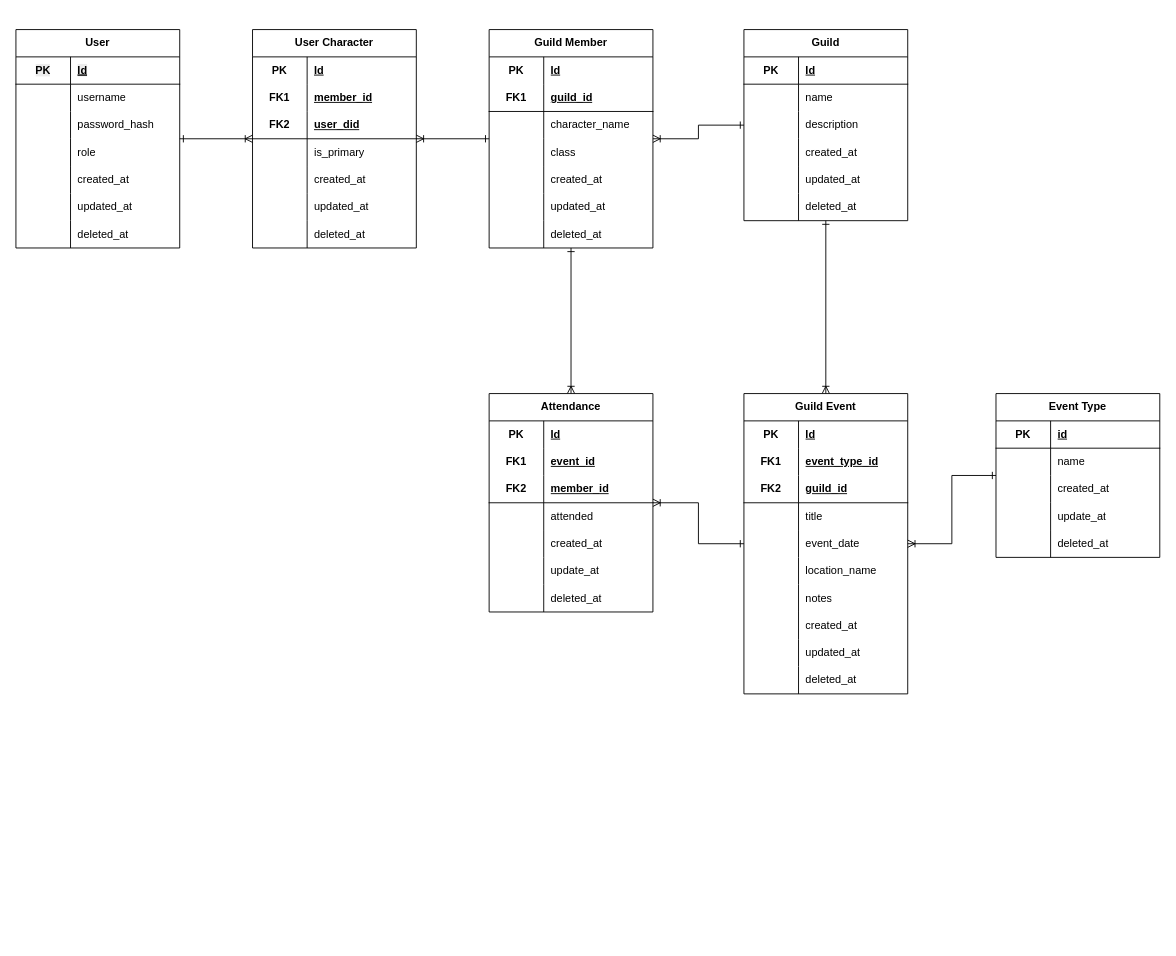
Earlier version of the draw.io diagram page "ERD" (1 of 3) of Designs/System/Castellan HQ Diagrams.drawio (ariefrnr/Castellan-HQ). Source tidied: cells renumbered, new cells numbered last; positions are measured from the earlier drawing's top-left corner, leaving out a move shared by most shapes. Both pictures are drawn from the tidied source at 91%, with x=0, y=0 at pixel (15, 29).
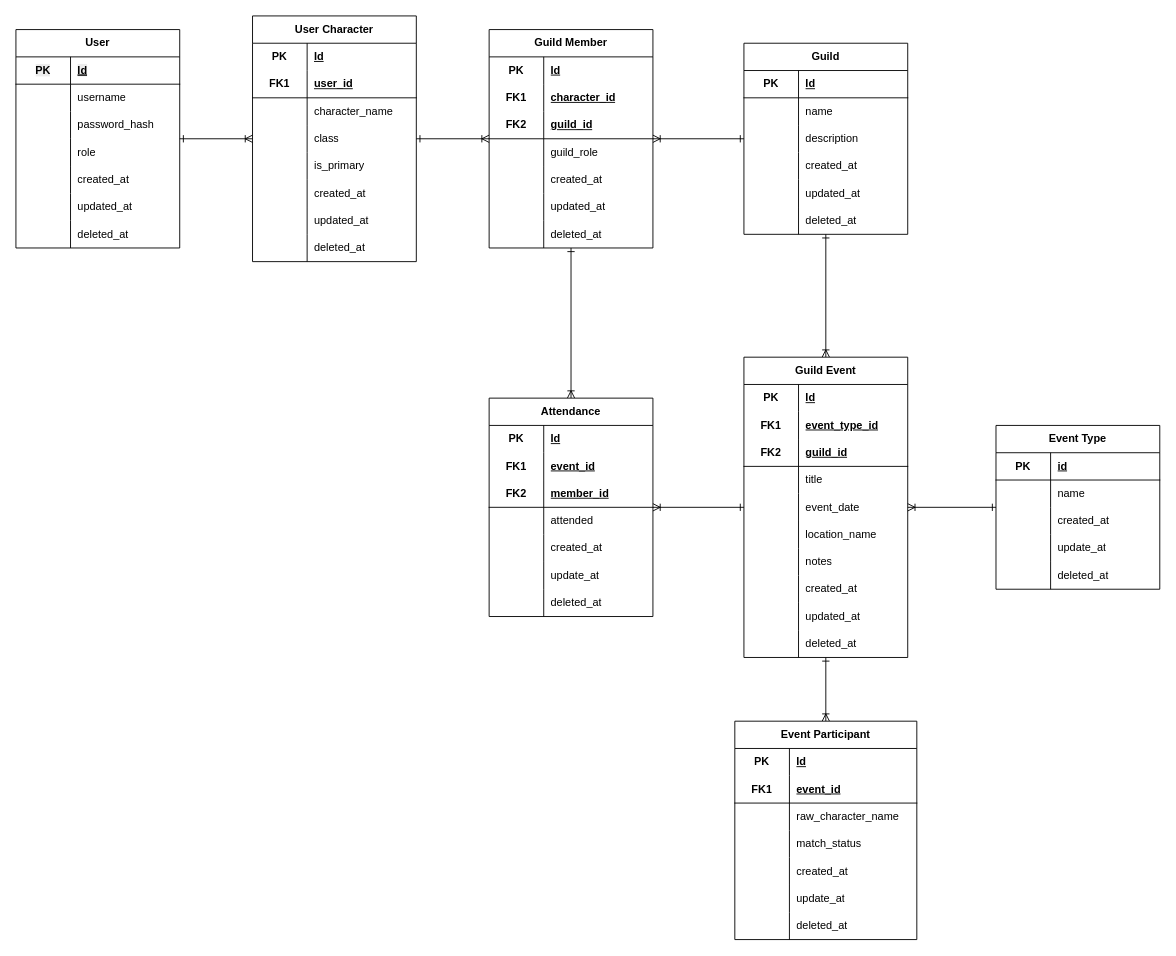
After the change.

The change refers to these unchanged cells:
```xml
<mxCell id="7" value="Guild Member" style="shape=table;startSize=30;childLayout=tableLayout;rowLines=0;fontStyle=1;align=center;html=1;whiteSpace=wrap;" parent="1" vertex="1">
  <mxGeometry x="520" width="180" height="240" as="geometry" />
</mxCell>
```

Diff of the diagram source:
```diff
@@
-    <mxCell id="3" style="edgeStyle=orthogonalEdgeStyle;rounded=0;jettySize=auto;html=1;defaultLabelBackgroundColor=page;endArrow=ERoneToMany;endFill=0;startArrow=ERone;startFill=0;" parent="1" edge="1" source="7" target="124">
+    <mxCell id="3" style="edgeStyle=orthogonalEdgeStyle;rounded=0;jettySize=auto;html=1;defaultLabelBackgroundColor=page;endArrow=ERoneToMany;endFill=0;startArrow=ERone;startFill=0;" parent="1" edge="1" source="124" target="7">
       <mxGeometry relative="1" as="geometry" />
     </mxCell>
@@
+    <mxCell id="128" style="shape=tableRow;horizontal=0;startSize=0;swimlaneHead=0;swimlaneBody=0;fillColor=none;top=0;left=0;right=0;bottom=0;html=1;" parent="7" vertex="1">
+      <mxGeometry y="60" width="180" height="30" as="geometry" />
+    </mxCell>
+    <mxCell id="163" value="FK1" style="shape=partialRectangle;fillColor=none;top=0;left=0;bottom=0;right=0;fontStyle=1;overflow=hidden;html=1;whiteSpace=wrap;" parent="128" vertex="1">
+      <mxGeometry width="60" height="30" as="geometry" />
+    </mxCell>
+    <mxCell id="164" value="character_id" style="shape=partialRectangle;fillColor=none;top=0;left=0;bottom=0;right=0;align=left;spacingLeft=6;fontStyle=5;overflow=hidden;html=1;whiteSpace=wrap;" parent="128" vertex="1">
+      <mxGeometry x="60" width="120" height="30" as="geometry" />
+    </mxCell>
     <mxCell id="11" style="shape=tableRow;horizontal=0;startSize=0;swimlaneHead=0;swimlaneBody=0;fillColor=none;top=0;left=0;right=0;bottom=1;html=1;" parent="7" vertex="1">
-      <mxGeometry y="60" width="180" height="30" as="geometry" />
+      <mxGeometry y="90" width="180" height="30" as="geometry" />
     </mxCell>
-    <mxCell id="12" value="FK1" style="shape=partialRectangle;fillColor=none;top=0;left=0;bottom=0;right=0;fontStyle=1;overflow=hidden;html=1;whiteSpace=wrap;" parent="11" vertex="1">
+    <mxCell id="12" value="FK2" style="shape=partialRectangle;fillColor=none;top=0;left=0;bottom=0;right=0;fontStyle=1;overflow=hidden;html=1;whiteSpace=wrap;" parent="11" vertex="1">
       <mxGeometry width="60" height="30" as="geometry" />
     </mxCell>
@@
     <mxCell id="14" style="shape=tableRow;horizontal=0;startSize=0;swimlaneHead=0;swimlaneBody=0;fillColor=none;top=0;left=0;right=0;bottom=0;html=1;" parent="7" vertex="1">
-      <mxGeometry y="90" width="180" height="30" as="geometry" />
+      <mxGeometry y="120" width="180" height="30" as="geometry" />
     </mxCell>
@@
-    <mxCell id="16" value="character_name" style="shape=partialRectangle;fillColor=none;top=0;left=0;bottom=0;right=0;align=left;spacingLeft=6;overflow=hidden;html=1;whiteSpace=wrap;" parent="14" vertex="1">
+    <mxCell id="16" value="guild_role" style="shape=partialRectangle;fillColor=none;top=0;left=0;bottom=0;right=0;align=left;spacingLeft=6;overflow=hidden;html=1;whiteSpace=wrap;" parent="14" vertex="1">
       <mxGeometry x="60" width="120" height="30" as="geometry" />
     </mxCell>
-    <mxCell id="17" style="shape=tableRow;horizontal=0;startSize=0;swimlaneHead=0;swimlaneBody=0;fillColor=none;top=0;left=0;right=0;bottom=0;html=1;" parent="7" vertex="1">
-      <mxGeometry y="120" width="180" height="30" as="geometry" />
-    </mxCell>
-    <mxCell id="18" style="shape=partialRectangle;fillColor=none;top=0;left=0;bottom=0;right=0;overflow=hidden;html=1;whiteSpace=wrap;" parent="17" vertex="1">
-      <mxGeometry width="60" height="30" as="geometry" />
-    </mxCell>
-    <mxCell id="19" value="class" style="shape=partialRectangle;fillColor=none;top=0;left=0;bottom=0;right=0;align=left;spacingLeft=6;overflow=hidden;html=1;whiteSpace=wrap;" parent="17" vertex="1">
-      <mxGeometry x="60" width="120" height="30" as="geometry" />
-    </mxCell>
@@
     <mxCell id="29" value="Guild" style="shape=table;startSize=30;childLayout=tableLayout;rowLines=0;fontStyle=1;align=center;html=1;whiteSpace=wrap;" parent="1" vertex="1">
-      <mxGeometry x="800" width="180" height="210" as="geometry" />
+      <mxGeometry x="800" y="15" width="180" height="210" as="geometry" />
     </mxCell>
@@
+    <mxCell id="165" style="edgeStyle=orthogonalEdgeStyle;rounded=0;jettySize=auto;html=1;defaultLabelBackgroundColor=page;endArrow=ERoneToMany;endFill=0;startArrow=ERone;startFill=0;" parent="1" edge="1" source="49" target="170">
+      <mxGeometry relative="1" as="geometry" />
+    </mxCell>
     <mxCell id="49" value="Guild Event" style="shape=table;startSize=30;childLayout=tableLayout;rowLines=0;fontStyle=1;align=center;html=1;whiteSpace=wrap;" parent="1" vertex="1">
-      <mxGeometry x="800" y="400" width="180" height="330" as="geometry" />
+      <mxGeometry x="800" y="360" width="180" height="330" as="geometry" />
     </mxCell>
@@
     <mxCell id="80" value="Attendance" style="shape=table;startSize=30;childLayout=tableLayout;rowLines=0;fontStyle=1;align=center;html=1;whiteSpace=wrap;" parent="1" vertex="1">
-      <mxGeometry x="520" y="400" width="180" height="240" as="geometry" />
+      <mxGeometry x="520" y="405" width="180" height="240" as="geometry" />
     </mxCell>
@@
     <mxCell id="124" value="User Character" style="shape=table;startSize=30;childLayout=tableLayout;rowLines=0;fontStyle=1;align=center;html=1;whiteSpace=wrap;" parent="1" vertex="1">
-      <mxGeometry x="260" width="180" height="240" as="geometry" />
+      <mxGeometry x="260" y="-15" width="180" height="270" as="geometry" />
     </mxCell>
@@
-    <mxCell id="128" style="shape=tableRow;horizontal=0;startSize=0;swimlaneHead=0;swimlaneBody=0;fillColor=none;top=0;left=0;right=0;bottom=0;html=1;" parent="124" vertex="1">
-      <mxGeometry y="60" width="180" height="30" as="geometry" />
-    </mxCell>
-    <mxCell id="129" value="FK1" style="shape=partialRectangle;fillColor=none;top=0;left=0;bottom=0;right=0;fontStyle=1;overflow=hidden;html=1;whiteSpace=wrap;" parent="128" vertex="1">
-      <mxGeometry width="60" height="30" as="geometry" />
-    </mxCell>
-    <mxCell id="130" value="member_id" style="shape=partialRectangle;fillColor=none;top=0;left=0;bottom=0;right=0;align=left;spacingLeft=6;fontStyle=5;overflow=hidden;html=1;whiteSpace=wrap;" parent="128" vertex="1">
-      <mxGeometry x="60" width="120" height="30" as="geometry" />
-    </mxCell>
     <mxCell id="131" style="shape=tableRow;horizontal=0;startSize=0;swimlaneHead=0;swimlaneBody=0;fillColor=none;top=0;left=0;right=0;bottom=1;html=1;" parent="124" vertex="1">
-      <mxGeometry y="90" width="180" height="30" as="geometry" />
+      <mxGeometry y="60" width="180" height="30" as="geometry" />
     </mxCell>
-    <mxCell id="132" value="FK2" style="shape=partialRectangle;fillColor=none;top=0;left=0;bottom=0;right=0;fontStyle=1;overflow=hidden;html=1;whiteSpace=wrap;" parent="131" vertex="1">
+    <mxCell id="132" value="FK1" style="shape=partialRectangle;fillColor=none;top=0;left=0;bottom=0;right=0;fontStyle=1;overflow=hidden;html=1;whiteSpace=wrap;" parent="131" vertex="1">
       <mxGeometry width="60" height="30" as="geometry" />
     </mxCell>
-    <mxCell id="133" value="user_did" style="shape=partialRectangle;fillColor=none;top=0;left=0;bottom=0;right=0;align=left;spacingLeft=6;fontStyle=5;overflow=hidden;html=1;whiteSpace=wrap;" parent="131" vertex="1">
+    <mxCell id="133" value="user_id" style="shape=partialRectangle;fillColor=none;top=0;left=0;bottom=0;right=0;align=left;spacingLeft=6;fontStyle=5;overflow=hidden;html=1;whiteSpace=wrap;" parent="131" vertex="1">
       <mxGeometry x="60" width="120" height="30" as="geometry" />
     </mxCell>
+    <mxCell id="166" style="shape=tableRow;horizontal=0;startSize=0;swimlaneHead=0;swimlaneBody=0;fillColor=none;top=0;left=0;right=0;bottom=0;html=1;" parent="124" vertex="1">
+      <mxGeometry y="90" width="180" height="30" as="geometry" />
+    </mxCell>
+    <mxCell id="167" style="shape=partialRectangle;fillColor=none;top=0;left=0;bottom=0;right=0;overflow=hidden;html=1;whiteSpace=wrap;" parent="166" vertex="1">
+      <mxGeometry width="60" height="30" as="geometry" />
+    </mxCell>
+    <mxCell id="168" value="character_name" style="shape=partialRectangle;fillColor=none;top=0;left=0;bottom=0;right=0;align=left;spacingLeft=6;overflow=hidden;html=1;whiteSpace=wrap;" parent="166" vertex="1">
+      <mxGeometry x="60" width="120" height="30" as="geometry" />
+    </mxCell>
+    <mxCell id="17" style="shape=tableRow;horizontal=0;startSize=0;swimlaneHead=0;swimlaneBody=0;fillColor=none;top=0;left=0;right=0;bottom=0;html=1;" parent="124" vertex="1">
+      <mxGeometry y="120" width="180" height="30" as="geometry" />
+    </mxCell>
+    <mxCell id="169" style="shape=partialRectangle;fillColor=none;top=0;left=0;bottom=0;right=0;overflow=hidden;html=1;whiteSpace=wrap;" parent="17" vertex="1">
+      <mxGeometry width="60" height="30" as="geometry" />
+    </mxCell>
+    <mxCell id="19" value="class" style="shape=partialRectangle;fillColor=none;top=0;left=0;bottom=0;right=0;align=left;spacingLeft=6;overflow=hidden;html=1;whiteSpace=wrap;" parent="17" vertex="1">
+      <mxGeometry x="60" width="120" height="30" as="geometry" />
+    </mxCell>
     <mxCell id="134" style="shape=tableRow;horizontal=0;startSize=0;swimlaneHead=0;swimlaneBody=0;fillColor=none;top=0;left=0;right=0;bottom=0;html=1;" parent="124" vertex="1">
-      <mxGeometry y="120" width="180" height="30" as="geometry" />
+      <mxGeometry y="150" width="180" height="30" as="geometry" />
     </mxCell>
@@
     <mxCell id="137" style="shape=tableRow;horizontal=0;startSize=0;swimlaneHead=0;swimlaneBody=0;fillColor=none;top=0;left=0;right=0;bottom=0;html=1;" parent="124" vertex="1">
-      <mxGeometry y="150" width="180" height="30" as="geometry" />
+      <mxGeometry y="180" width="180" height="30" as="geometry" />
     </mxCell>
@@
     <mxCell id="140" style="shape=tableRow;horizontal=0;startSize=0;swimlaneHead=0;swimlaneBody=0;fillColor=none;top=0;left=0;right=0;bottom=0;html=1;" parent="124" vertex="1">
-      <mxGeometry y="180" width="180" height="30" as="geometry" />
+      <mxGeometry y="210" width="180" height="30" as="geometry" />
     </mxCell>
@@
     <mxCell id="143" style="shape=tableRow;horizontal=0;startSize=0;swimlaneHead=0;swimlaneBody=0;fillColor=none;top=0;left=0;right=0;bottom=0;html=1;" parent="124" vertex="1">
-      <mxGeometry y="210" width="180" height="30" as="geometry" />
+      <mxGeometry y="240" width="180" height="30" as="geometry" />
     </mxCell>
@@
     <mxCell id="147" value="Event Type" style="shape=table;startSize=30;childLayout=tableLayout;rowLines=0;fontStyle=1;align=center;html=1;whiteSpace=wrap;" parent="1" vertex="1">
-      <mxGeometry x="1077" y="400" width="180" height="180" as="geometry" />
+      <mxGeometry x="1077" y="435" width="180" height="180" as="geometry" />
     </mxCell>
@@
+    <mxCell id="170" value="Event Participant" style="shape=table;startSize=30;childLayout=tableLayout;rowLines=0;fontStyle=1;align=center;html=1;whiteSpace=wrap;" parent="1" vertex="1">
+      <mxGeometry x="790" y="760" width="200" height="240" as="geometry" />
+    </mxCell>
+    <mxCell id="171" style="shape=tableRow;horizontal=0;startSize=0;swimlaneHead=0;swimlaneBody=0;fillColor=none;top=0;left=0;right=0;bottom=0;html=1;" parent="170" vertex="1">
+      <mxGeometry y="30" width="200" height="30" as="geometry" />
+    </mxCell>
+    <mxCell id="172" value="PK" style="shape=partialRectangle;fillColor=none;top=0;left=0;bottom=0;right=0;fontStyle=1;overflow=hidden;html=1;whiteSpace=wrap;" parent="171" vertex="1">
+      <mxGeometry width="60" height="30" as="geometry" />
+    </mxCell>
+    <mxCell id="173" value="Id" style="shape=partialRectangle;fillColor=none;top=0;left=0;bottom=0;right=0;align=left;spacingLeft=6;fontStyle=5;overflow=hidden;html=1;whiteSpace=wrap;" parent="171" vertex="1">
+      <mxGeometry x="60" width="140" height="30" as="geometry" />
+    </mxCell>
+    <mxCell id="174" style="shape=tableRow;horizontal=0;startSize=0;swimlaneHead=0;swimlaneBody=0;fillColor=none;top=0;left=0;right=0;bottom=1;html=1;" parent="170" vertex="1">
+      <mxGeometry y="60" width="200" height="30" as="geometry" />
+    </mxCell>
+    <mxCell id="175" value="FK1" style="shape=partialRectangle;fillColor=none;top=0;left=0;bottom=0;right=0;fontStyle=1;overflow=hidden;html=1;whiteSpace=wrap;" parent="174" vertex="1">
+      <mxGeometry width="60" height="30" as="geometry" />
+    </mxCell>
+    <mxCell id="176" value="event_id" style="shape=partialRectangle;fillColor=none;top=0;left=0;bottom=0;right=0;align=left;spacingLeft=6;fontStyle=5;overflow=hidden;html=1;whiteSpace=wrap;" parent="174" vertex="1">
+      <mxGeometry x="60" width="140" height="30" as="geometry" />
+    </mxCell>
+    <mxCell id="177" style="shape=tableRow;horizontal=0;startSize=0;swimlaneHead=0;swimlaneBody=0;fillColor=none;top=0;left=0;right=0;bottom=0;html=1;" parent="170" vertex="1">
+      <mxGeometry y="90" width="200" height="30" as="geometry" />
+    </mxCell>
+    <mxCell id="178" style="shape=partialRectangle;fillColor=none;top=0;left=0;bottom=0;right=0;overflow=hidden;html=1;whiteSpace=wrap;" parent="177" vertex="1">
+      <mxGeometry width="60" height="30" as="geometry" />
+    </mxCell>
+    <mxCell id="179" value="raw_character_name" style="shape=partialRectangle;fillColor=none;top=0;left=0;bottom=0;right=0;align=left;spacingLeft=6;overflow=hidden;html=1;whiteSpace=wrap;" parent="177" vertex="1">
+      <mxGeometry x="60" width="140" height="30" as="geometry" />
+    </mxCell>
+    <mxCell id="180" style="shape=tableRow;horizontal=0;startSize=0;swimlaneHead=0;swimlaneBody=0;fillColor=none;top=0;left=0;right=0;bottom=0;html=1;" parent="170" vertex="1">
+      <mxGeometry y="120" width="200" height="30" as="geometry" />
+    </mxCell>
+    <mxCell id="181" style="shape=partialRectangle;fillColor=none;top=0;left=0;bottom=0;right=0;overflow=hidden;html=1;whiteSpace=wrap;" parent="180" vertex="1">
+      <mxGeometry width="60" height="30" as="geometry" />
+    </mxCell>
+    <mxCell id="182" value="match_status" style="shape=partialRectangle;fillColor=none;top=0;left=0;bottom=0;right=0;align=left;spacingLeft=6;overflow=hidden;html=1;whiteSpace=wrap;" parent="180" vertex="1">
+      <mxGeometry x="60" width="140" height="30" as="geometry" />
+    </mxCell>
+    <mxCell id="183" style="shape=tableRow;horizontal=0;startSize=0;swimlaneHead=0;swimlaneBody=0;fillColor=none;top=0;left=0;right=0;bottom=0;html=1;" parent="170" vertex="1">
+      <mxGeometry y="150" width="200" height="30" as="geometry" />
+    </mxCell>
+    <mxCell id="184" style="shape=partialRectangle;fillColor=none;top=0;left=0;bottom=0;right=0;overflow=hidden;html=1;whiteSpace=wrap;" parent="183" vertex="1">
+      <mxGeometry width="60" height="30" as="geometry" />
+    </mxCell>
+    <mxCell id="185" value="created_at" style="shape=partialRectangle;fillColor=none;top=0;left=0;bottom=0;right=0;align=left;spacingLeft=6;overflow=hidden;html=1;whiteSpace=wrap;" parent="183" vertex="1">
+      <mxGeometry x="60" width="140" height="30" as="geometry" />
+    </mxCell>
+    <mxCell id="186" style="shape=tableRow;horizontal=0;startSize=0;swimlaneHead=0;swimlaneBody=0;fillColor=none;top=0;left=0;right=0;bottom=0;html=1;" parent="170" vertex="1">
+      <mxGeometry y="180" width="200" height="30" as="geometry" />
+    </mxCell>
+    <mxCell id="187" style="shape=partialRectangle;fillColor=none;top=0;left=0;bottom=0;right=0;overflow=hidden;html=1;whiteSpace=wrap;" parent="186" vertex="1">
+      <mxGeometry width="60" height="30" as="geometry" />
+    </mxCell>
+    <mxCell id="188" value="update_at" style="shape=partialRectangle;fillColor=none;top=0;left=0;bottom=0;right=0;align=left;spacingLeft=6;overflow=hidden;html=1;whiteSpace=wrap;" parent="186" vertex="1">
+      <mxGeometry x="60" width="140" height="30" as="geometry" />
+    </mxCell>
+    <mxCell id="189" style="shape=tableRow;horizontal=0;startSize=0;swimlaneHead=0;swimlaneBody=0;fillColor=none;top=0;left=0;right=0;bottom=0;html=1;" parent="170" vertex="1">
+      <mxGeometry y="210" width="200" height="30" as="geometry" />
+    </mxCell>
+    <mxCell id="190" style="shape=partialRectangle;fillColor=none;top=0;left=0;bottom=0;right=0;overflow=hidden;html=1;whiteSpace=wrap;" parent="189" vertex="1">
+      <mxGeometry width="60" height="30" as="geometry" />
+    </mxCell>
+    <mxCell id="191" value="deleted_at" style="shape=partialRectangle;fillColor=none;top=0;left=0;bottom=0;right=0;align=left;spacingLeft=6;overflow=hidden;html=1;whiteSpace=wrap;" parent="189" vertex="1">
+      <mxGeometry x="60" width="140" height="30" as="geometry" />
+    </mxCell>
```
